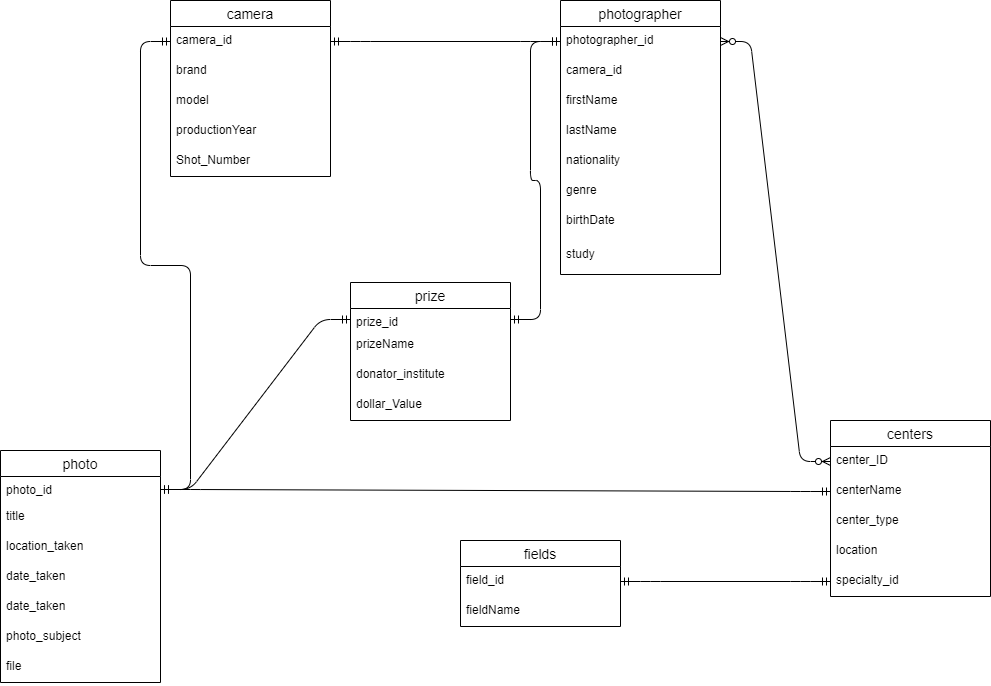
This is photography.png from sepideh2020/ERD, a draw.io export, as it was before one commit. Source tidied: cells renumbered, new cells last; positions are measured from the earlier drawing's top-left corner, leaving out a move shared by most shapes.
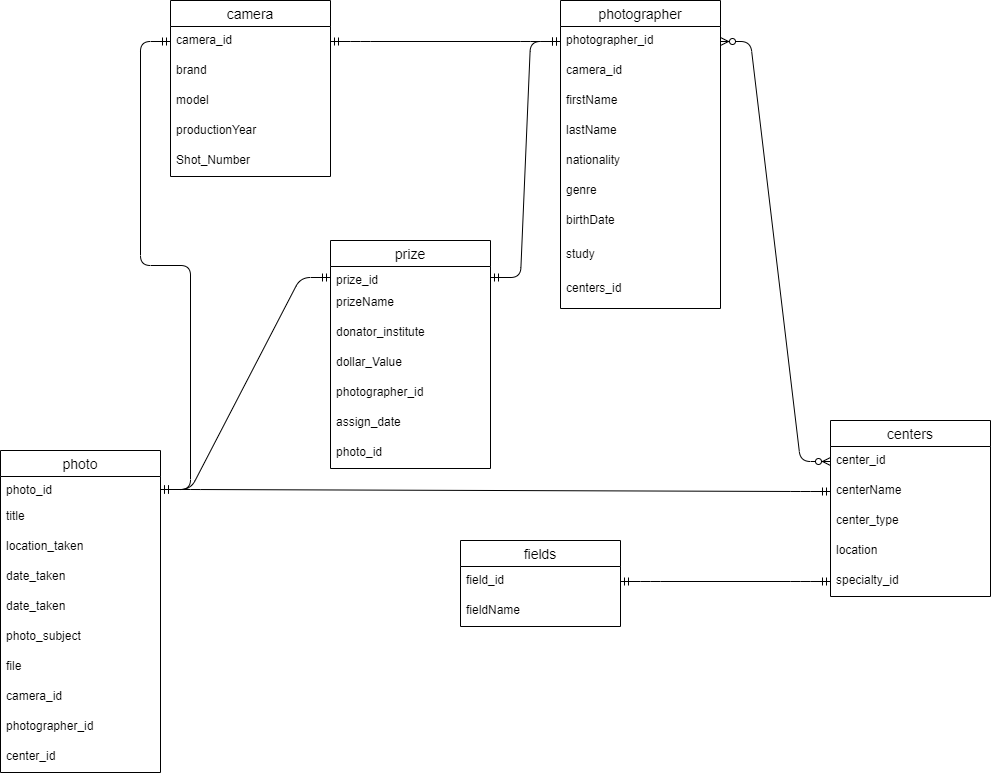
Later version of the same file.

The edit, as a diff of the source:
```diff
@@ -3,7 +3,7 @@
     <mxCell id="0" />
     <mxCell id="1" parent="0" />
     <mxCell id="2" value="photographer" style="swimlane;fontStyle=0;horizontal=1;startSize=26;align=center;fontSize=14;" parent="1" vertex="1">
-      <mxGeometry x="560" width="160" height="274" as="geometry" />
+      <mxGeometry x="560" width="160" height="308" as="geometry" />
     </mxCell>
     <mxCell id="3" value="photographer_id" style="text;strokeColor=none;fillColor=none;spacingLeft=4;spacingRight=4;overflow=hidden;points=[[0,0.5],[1,0.5]];portConstraint=eastwest;fontSize=12;" parent="2" vertex="1">
       <mxGeometry y="26" width="160" height="30" as="geometry" />
@@ -29,6 +29,9 @@
     <mxCell id="10" value="study" style="text;strokeColor=none;fillColor=none;spacingLeft=4;spacingRight=4;overflow=hidden;fontSize=12;" parent="2" vertex="1">
       <mxGeometry y="240" width="160" height="34" as="geometry" />
     </mxCell>
+    <mxCell id="46" value="centers_id" style="text;strokeColor=none;fillColor=none;spacingLeft=4;spacingRight=4;overflow=hidden;fontSize=12;" parent="2" vertex="1">
+      <mxGeometry y="274" width="160" height="34" as="geometry" />
+    </mxCell>
     <mxCell id="11" value="camera" style="swimlane;fontStyle=0;horizontal=1;startSize=26;align=center;fontSize=14;" parent="1" vertex="1">
       <mxGeometry x="170" width="160" height="176" as="geometry" />
     </mxCell>
@@ -50,7 +53,7 @@
     <mxCell id="17" value="centers" style="swimlane;fontStyle=0;horizontal=1;startSize=26;align=center;fontSize=14;" parent="1" vertex="1">
       <mxGeometry x="830" y="420" width="160" height="176" as="geometry" />
     </mxCell>
-    <mxCell id="18" value="center_ID" style="text;strokeColor=none;fillColor=none;spacingLeft=4;spacingRight=4;overflow=hidden;points=[[0,0.5],[1,0.5]];portConstraint=eastwest;fontSize=12;" parent="17" vertex="1">
+    <mxCell id="18" value="center_id" style="text;strokeColor=none;fillColor=none;spacingLeft=4;spacingRight=4;overflow=hidden;points=[[0,0.5],[1,0.5]];portConstraint=eastwest;fontSize=12;" parent="17" vertex="1">
       <mxGeometry y="26" width="160" height="30" as="geometry" />
     </mxCell>
     <mxCell id="19" value="centerName" style="text;strokeColor=none;fillColor=none;spacingLeft=4;spacingRight=4;overflow=hidden;points=[[0,0.5],[1,0.5]];portConstraint=eastwest;fontSize=12;" parent="17" vertex="1">
@@ -66,7 +69,7 @@
       <mxGeometry y="146" width="160" height="30" as="geometry" />
     </mxCell>
     <mxCell id="23" value="photo" style="swimlane;fontStyle=0;horizontal=1;startSize=26;align=center;fontSize=14;" parent="1" vertex="1">
-      <mxGeometry y="450" width="160" height="232" as="geometry" />
+      <mxGeometry y="450" width="160" height="322" as="geometry" />
     </mxCell>
     <mxCell id="24" value="photo_id" style="text;strokeColor=none;fillColor=none;spacingLeft=4;spacingRight=4;overflow=hidden;points=[[0,0.5],[1,0.5]];portConstraint=eastwest;fontSize=12;" parent="23" vertex="1">
       <mxGeometry y="26" width="160" height="26" as="geometry" />
@@ -89,8 +92,17 @@
     <mxCell id="30" value="file" style="text;strokeColor=none;fillColor=none;spacingLeft=4;spacingRight=4;overflow=hidden;fontSize=12;" parent="23" vertex="1">
       <mxGeometry y="202" width="160" height="30" as="geometry" />
     </mxCell>
+    <mxCell id="47" value="camera_id" style="text;strokeColor=none;fillColor=none;spacingLeft=4;spacingRight=4;overflow=hidden;fontSize=12;" parent="23" vertex="1">
+      <mxGeometry y="232" width="160" height="30" as="geometry" />
+    </mxCell>
+    <mxCell id="48" value="photographer_id" style="text;strokeColor=none;fillColor=none;spacingLeft=4;spacingRight=4;overflow=hidden;fontSize=12;" parent="23" vertex="1">
+      <mxGeometry y="262" width="160" height="30" as="geometry" />
+    </mxCell>
+    <mxCell id="49" value="center_id" style="text;strokeColor=none;fillColor=none;spacingLeft=4;spacingRight=4;overflow=hidden;fontSize=12;" parent="23" vertex="1">
+      <mxGeometry y="292" width="160" height="30" as="geometry" />
+    </mxCell>
     <mxCell id="31" value="prize" style="swimlane;fontStyle=0;horizontal=1;startSize=26;align=center;fontSize=14;" parent="1" vertex="1">
-      <mxGeometry x="350" y="282" width="160" height="138" as="geometry" />
+      <mxGeometry x="330" y="240" width="160" height="228" as="geometry" />
     </mxCell>
     <mxCell id="32" value="prize_id" style="text;strokeColor=none;fillColor=none;spacingLeft=4;spacingRight=4;overflow=hidden;points=[[0,0.5],[1,0.5]];portConstraint=eastwest;fontSize=12;" parent="31" vertex="1">
       <mxGeometry y="26" width="160" height="22" as="geometry" />
@@ -104,6 +116,15 @@
     <mxCell id="35" value="dollar_Value" style="text;strokeColor=none;fillColor=none;spacingLeft=4;spacingRight=4;overflow=hidden;fontSize=12;" parent="31" vertex="1">
       <mxGeometry y="108" width="160" height="30" as="geometry" />
     </mxCell>
+    <mxCell id="50" value="photographer_id" style="text;strokeColor=none;fillColor=none;spacingLeft=4;spacingRight=4;overflow=hidden;fontSize=12;" parent="31" vertex="1">
+      <mxGeometry y="138" width="160" height="30" as="geometry" />
+    </mxCell>
+    <mxCell id="51" value="assign_date" style="text;strokeColor=none;fillColor=none;spacingLeft=4;spacingRight=4;overflow=hidden;fontSize=12;" parent="31" vertex="1">
+      <mxGeometry y="168" width="160" height="30" as="geometry" />
+    </mxCell>
+    <mxCell id="52" value="photo_id" style="text;strokeColor=none;fillColor=none;spacingLeft=4;spacingRight=4;overflow=hidden;fontSize=12;" parent="31" vertex="1">
+      <mxGeometry y="198" width="160" height="30" as="geometry" />
+    </mxCell>
     <mxCell id="36" style="edgeStyle=entityRelationEdgeStyle;fontSize=12;html=1;endArrow=ERzeroToMany;endFill=1;startArrow=ERzeroToMany;exitX=1;exitY=0.5;exitDx=0;exitDy=0;entryX=0;entryY=0.5;entryDx=0;entryDy=0;" parent="1" edge="1" source="3" target="18">
       <mxGeometry relative="1" as="geometry" />
     </mxCell>
```
